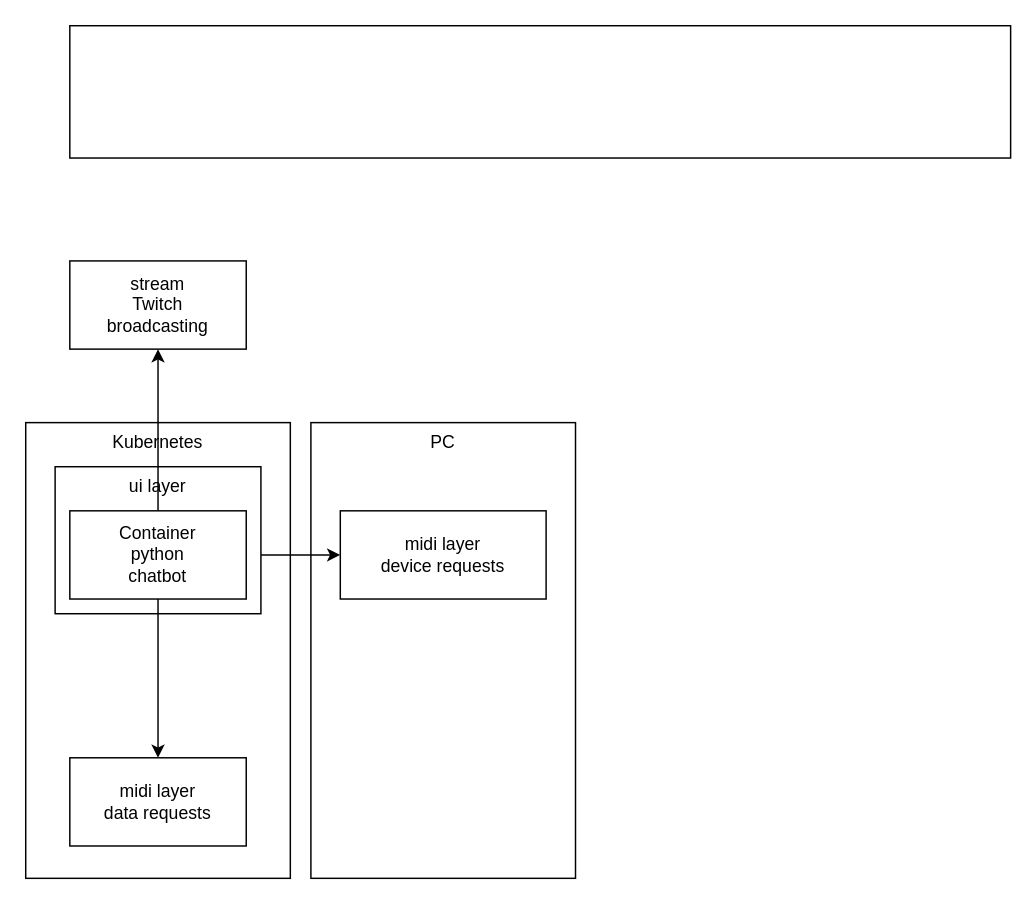
The draw.io diagram diagrams/ui.drawio in mchellmer/nineteenseventytwo-eightbitsaxlounge, before the edit. Source tidied: cells renumbered, new cells numbered last; positions are measured from the earlier drawing's top-left corner, leaving out a move shared by most shapes. Both pictures are drawn from the tidied source at 147%, with x=0, y=0 at pixel (25, 25).
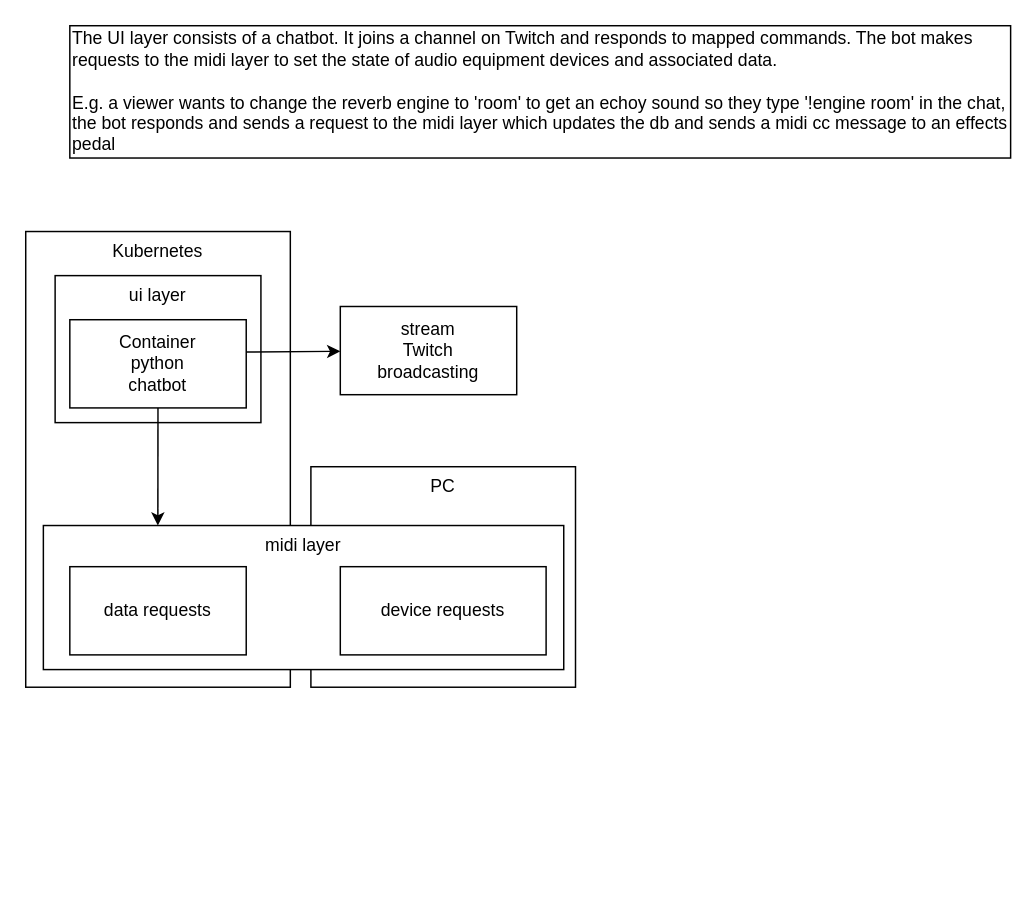
Above is the later version.

Commit message:
uiinit: update ui diagram

The edit, as a diff of the source:
```diff
@@
 <mxGraphModel>
   <root>
     <mxCell id="0" />
     <mxCell id="1" parent="0" />
     <mxCell id="2" value="PC" style="rounded=0;whiteSpace=wrap;html=1;verticalAlign=top;" parent="1" vertex="1">
-      <mxGeometry x="194" y="270" width="180" height="310" as="geometry" />
+      <mxGeometry x="194" y="300" width="180" height="150" as="geometry" />
     </mxCell>
     <mxCell id="3" value="Kubernetes" style="rounded=0;whiteSpace=wrap;html=1;verticalAlign=top;" parent="1" vertex="1">
-      <mxGeometry y="270" width="180" height="310" as="geometry" />
+      <mxGeometry y="140" width="180" height="310" as="geometry" />
     </mxCell>
-    <mxCell id="4" style="edgeStyle=none;html=1;exitX=1;exitY=0.5;exitDx=0;exitDy=0;" parent="1" edge="1" source="8" target="10">
-      <mxGeometry relative="1" as="geometry" />
-    </mxCell>
     <mxCell id="5" value="ui layer" style="rounded=0;whiteSpace=wrap;html=1;verticalAlign=top;" parent="1" vertex="1">
-      <mxGeometry x="20" y="300" width="140" height="100" as="geometry" />
+      <mxGeometry x="20" y="170" width="140" height="100" as="geometry" />
     </mxCell>
-    <mxCell id="6" style="edgeStyle=none;html=1;" parent="1" edge="1" source="8" target="11">
+    <mxCell id="6" style="edgeStyle=none;html=1;exitX=0.992;exitY=0.367;exitDx=0;exitDy=0;exitPerimeter=0;" parent="1" edge="1" source="8" target="11">
       <mxGeometry relative="1" as="geometry" />
     </mxCell>
-    <mxCell id="7" style="edgeStyle=none;html=1;" parent="1" edge="1" source="8" target="9">
-      <mxGeometry relative="1" as="geometry" />
-    </mxCell>
+    <mxCell id="13" style="edgeStyle=none;html=1;entryX=0.22;entryY=0;entryDx=0;entryDy=0;entryPerimeter=0;" parent="1" edge="1" source="8" target="14">
+      <mxGeometry relative="1" as="geometry" />
+    </mxCell>
     <mxCell id="8" value="Container&lt;div&gt;python&lt;/div&gt;&lt;div&gt;chatbot&lt;/div&gt;" style="rounded=0;whiteSpace=wrap;html=1;" parent="1" vertex="1">
-      <mxGeometry x="30" y="330" width="120" height="60" as="geometry" />
+      <mxGeometry x="30" y="200" width="120" height="60" as="geometry" />
     </mxCell>
-    <mxCell id="9" value="midi layer&lt;div&gt;data requests&lt;/div&gt;" style="rounded=0;whiteSpace=wrap;html=1;" parent="1" vertex="1">
-      <mxGeometry x="30" y="498" width="120" height="60" as="geometry" />
-    </mxCell>
-    <mxCell id="10" value="&lt;div&gt;&lt;font color=&quot;#000000&quot;&gt;midi layer&lt;/font&gt;&lt;/div&gt;&lt;div&gt;device requests&lt;/div&gt;" style="rounded=0;whiteSpace=wrap;html=1;" parent="1" vertex="1">
-      <mxGeometry x="214" y="330" width="140" height="60" as="geometry" />
-    </mxCell>
     <mxCell id="11" value="stream&lt;div&gt;Twitch&lt;/div&gt;&lt;div&gt;broadcasting&lt;/div&gt;" style="rounded=0;whiteSpace=wrap;html=1;" parent="1" vertex="1">
-      <mxGeometry x="30" y="160" width="120" height="60" as="geometry" />
+      <mxGeometry x="214" y="191" width="120" height="60" as="geometry" />
     </mxCell>
-    <mxCell id="12" style="rounded=0;whiteSpace=wrap;html=1;" parent="1" vertex="1">
+    <mxCell id="12" value="The UI layer consists of a chatbot. It joins a channel on Twitch and responds to mapped commands. The bot makes requests to the midi layer to set the state of audio equipment devices and associated data.&lt;div&gt;&lt;br&gt;&lt;/div&gt;&lt;div&gt;E.g. a viewer wants to change the reverb engine to 'room' to get an echoy sound so they type '!engine room' in the chat, the bot responds and sends a request to the midi layer which updates the db and sends a midi cc message to an effects pedal&lt;/div&gt;" style="rounded=0;whiteSpace=wrap;html=1;align=left;" parent="1" vertex="1">
       <mxGeometry x="30" width="640" height="90" as="geometry" />
     </mxCell>
+    <mxCell id="14" value="&lt;div&gt;&lt;font color=&quot;#000000&quot;&gt;midi layer&lt;/font&gt;&lt;/div&gt;" style="rounded=0;whiteSpace=wrap;html=1;verticalAlign=top;" parent="1" vertex="1">
+      <mxGeometry x="12" y="340" width="354" height="98" as="geometry" />
+    </mxCell>
+    <mxCell id="10" value="&lt;div&gt;&lt;font color=&quot;#000000&quot;&gt;device requests&lt;/font&gt;&lt;/div&gt;" style="rounded=0;whiteSpace=wrap;html=1;" parent="1" vertex="1">
+      <mxGeometry x="214" y="368" width="140" height="60" as="geometry" />
+    </mxCell>
+    <mxCell id="9" value="&lt;div&gt;data requests&lt;/div&gt;" style="rounded=0;whiteSpace=wrap;html=1;" parent="1" vertex="1">
+      <mxGeometry x="30" y="368" width="120" height="60" as="geometry" />
+    </mxCell>
   </root>
 </mxGraphModel>
```
